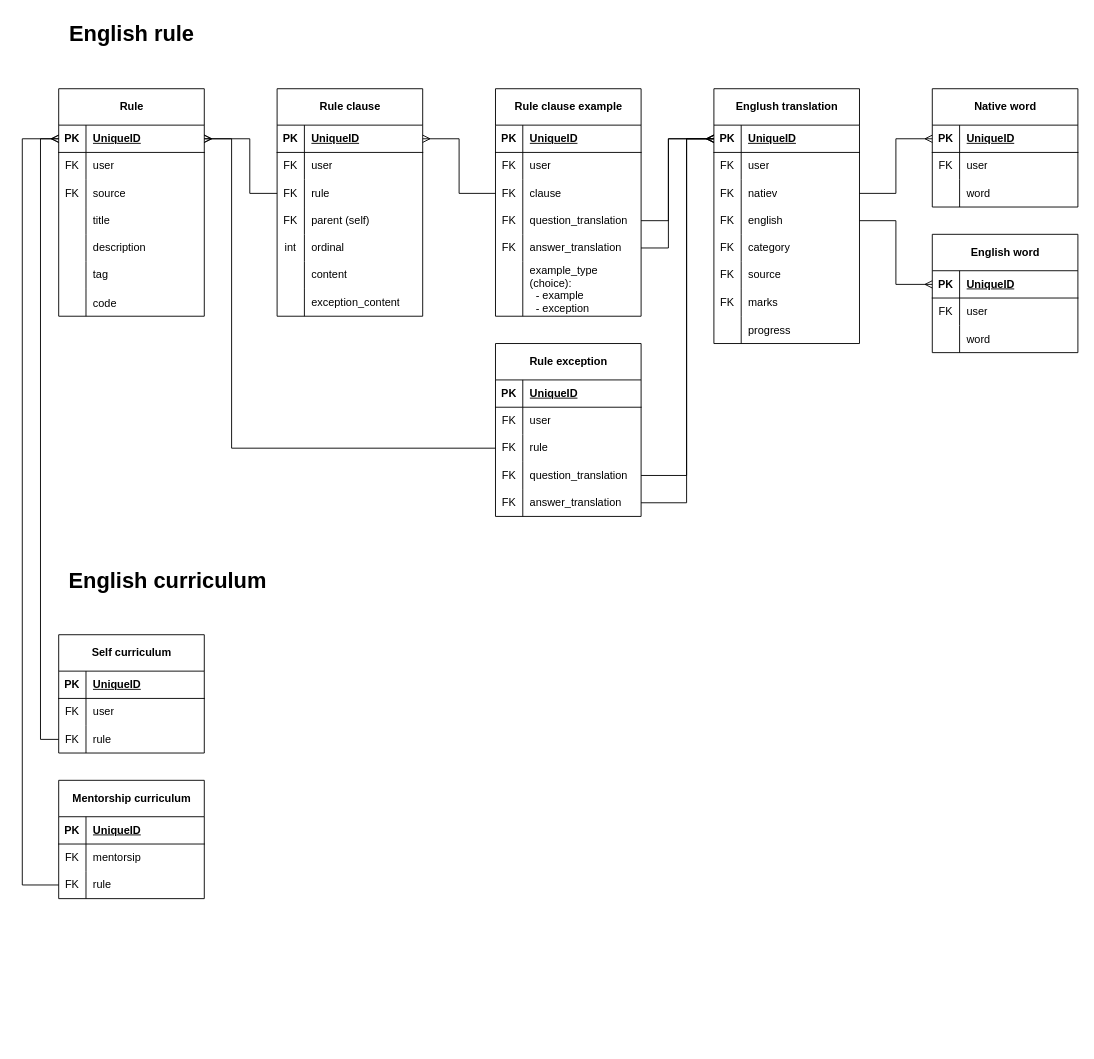
Before: apps/lang/models/curriculum.drawio in svmikurov/wselfedu, a draw.io diagram. Source tidied: cells renumbered, new cells numbered last; positions are measured from the earlier drawing's top-left corner, leaving out a move shared by most shapes. Both pictures are drawn from the tidied source at 91%, with x=0, y=0 at pixel (22, 15).
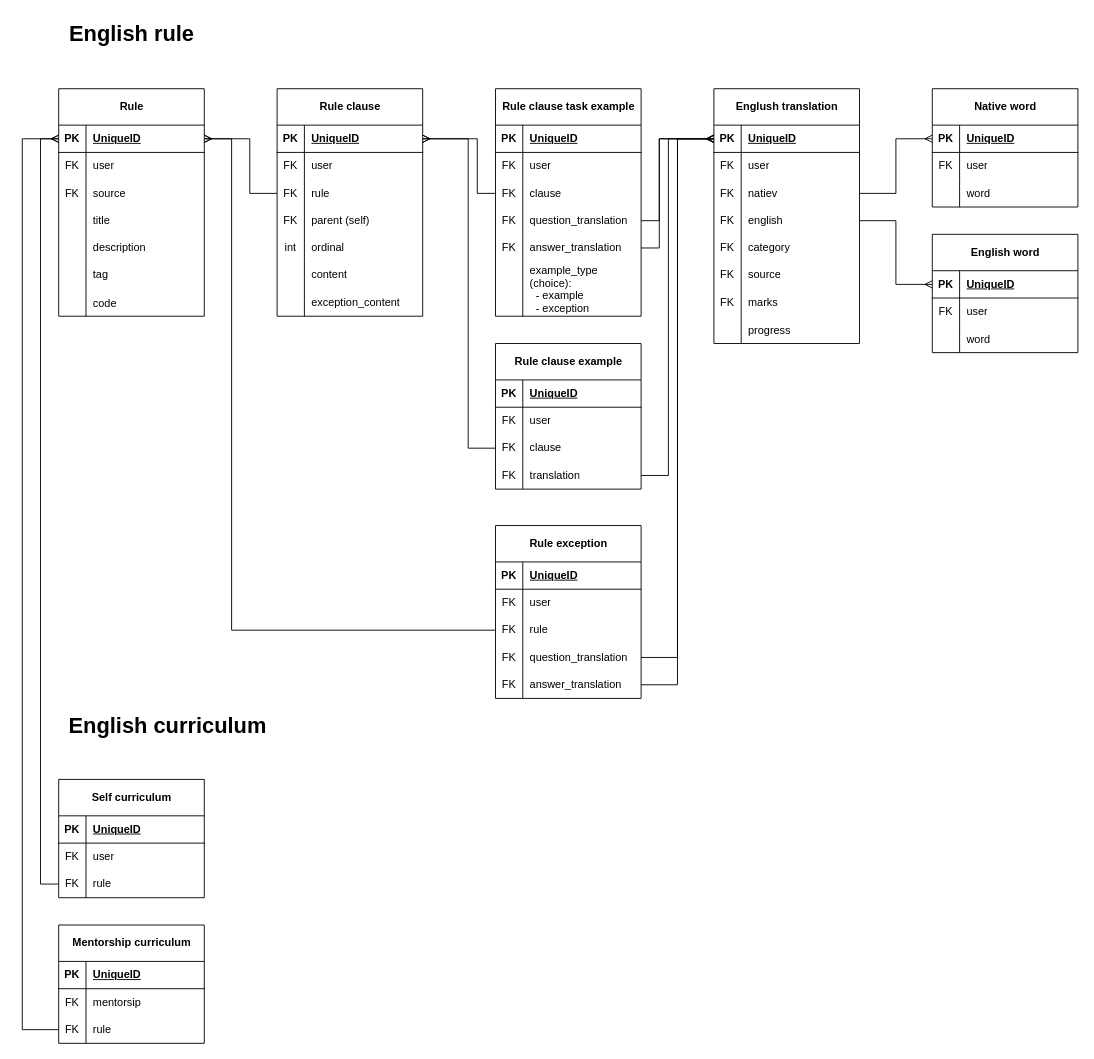
The same page after the edit.

Commit message:
chore(lang/models): Update model graphs

The change refers to these unchanged cells:
```xml
<mxCell id="24" style="shape=tableRow;horizontal=0;startSize=0;swimlaneHead=0;swimlaneBody=0;fillColor=none;points=[[0,0.5],[1,0.5]];portConstraint=eastwest;top=0;left=0;right=0;bottom=1;" parent="23" vertex="1">
  <mxGeometry y="40" width="160" height="30" as="geometry" />
</mxCell>
<mxCell id="55" style="shape=tableRow;horizontal=0;startSize=0;swimlaneHead=0;swimlaneBody=0;fillColor=none;points=[[0,0.5],[1,0.5]];portConstraint=eastwest;top=0;left=0;right=0;bottom=0;" parent="48" vertex="1">
  <mxGeometry y="100" width="160" height="30" as="geometry" />
</mxCell>
<mxCell id="58" style="shape=tableRow;horizontal=0;startSize=0;swimlaneHead=0;swimlaneBody=0;fillColor=none;points=[[0,0.5],[1,0.5]];portConstraint=eastwest;top=0;left=0;right=0;bottom=0;" parent="48" vertex="1">
  <mxGeometry y="130" width="160" height="30" as="geometry" />
</mxCell>
<mxCell id="61" style="shape=tableRow;horizontal=0;startSize=0;swimlaneHead=0;swimlaneBody=0;fillColor=none;points=[[0,0.5],[1,0.5]];portConstraint=eastwest;top=0;left=0;right=0;bottom=0;" parent="48" vertex="1">
  <mxGeometry y="160" width="160" height="30" as="geometry" />
</mxCell>
<mxCell id="77" style="shape=tableRow;horizontal=0;startSize=0;swimlaneHead=0;swimlaneBody=0;fillColor=none;points=[[0,0.5],[1,0.5]];portConstraint=eastwest;top=0;left=0;right=0;bottom=0;" parent="67" vertex="1">
  <mxGeometry y="130" width="160" height="30" as="geometry" />
</mxCell>
<mxCell id="80" style="shape=tableRow;horizontal=0;startSize=0;swimlaneHead=0;swimlaneBody=0;fillColor=none;points=[[0,0.5],[1,0.5]];portConstraint=eastwest;top=0;left=0;right=0;bottom=0;" parent="67" vertex="1">
  <mxGeometry y="160" width="160" height="30" as="geometry" />
</mxCell>
<mxCell id="84" style="shape=tableRow;horizontal=0;startSize=0;swimlaneHead=0;swimlaneBody=0;fillColor=none;points=[[0,0.5],[1,0.5]];portConstraint=eastwest;top=0;left=0;right=0;bottom=1;" parent="83" vertex="1">
  <mxGeometry y="40" width="160" height="30" as="geometry" />
</mxCell>
```

Diff of the diagram source:
```diff
@@
-    <mxCell id="48" value="Rule clause example" style="shape=table;startSize=40;childLayout=tableLayout;rowLines=0;fontStyle=1;align=center;html=1;" parent="1" vertex="1">
+    <mxCell id="48" value="Rule clause task example" style="shape=table;startSize=40;childLayout=tableLayout;rowLines=0;fontStyle=1;align=center;html=1;" parent="1" vertex="1">
       <mxGeometry x="520" y="80" width="160" height="250" as="geometry" />
     </mxCell>
@@
     <mxCell id="67" value="Rule exception" style="shape=table;startSize=40;childLayout=tableLayout;rowLines=0;fontStyle=1;align=center;html=1;" parent="1" vertex="1">
-      <mxGeometry x="520" y="360" width="160" height="190" as="geometry" />
+      <mxGeometry x="520" y="560" width="160" height="190" as="geometry" />
     </mxCell>
@@
     <mxCell id="129" style="edgeStyle=elbowEdgeStyle;fontSize=12;html=1;endArrow=ERmany;rounded=0;" parent="1" edge="1" source="58" target="24">
       <mxGeometry relative="1" as="geometry">
         <Array as="points">
-          <mxPoint x="710" y="190" />
+          <mxPoint x="700" y="180" />
         </Array>
       </mxGeometry>
     </mxCell>
     <mxCell id="130" style="edgeStyle=elbowEdgeStyle;fontSize=12;html=1;endArrow=ERmany;rounded=0;" parent="1" edge="1" source="61" target="24">
       <mxGeometry relative="1" as="geometry">
         <Array as="points">
-          <mxPoint x="710" y="190" />
+          <mxPoint x="700" y="190" />
         </Array>
       </mxGeometry>
     </mxCell>
     <mxCell id="131" style="edgeStyle=elbowEdgeStyle;fontSize=12;html=1;endArrow=ERmany;rounded=0;" parent="1" edge="1" source="77" target="24">
       <mxGeometry relative="1" as="geometry">
         <Array as="points">
-          <mxPoint x="730" y="340" />
+          <mxPoint x="720" y="420" />
         </Array>
       </mxGeometry>
     </mxCell>
     <mxCell id="132" style="edgeStyle=elbowEdgeStyle;fontSize=12;html=1;endArrow=ERmany;rounded=0;" parent="1" edge="1" source="80" target="24">
       <mxGeometry relative="1" as="geometry">
         <Array as="points">
-          <mxPoint x="730" y="350" />
+          <mxPoint x="720" y="440" />
         </Array>
       </mxGeometry>
     </mxCell>
@@
     <mxCell id="134" style="edgeStyle=elbowEdgeStyle;fontSize=12;html=1;endArrow=ERmany;rounded=0;" parent="1" edge="1" source="55" target="84">
-      <mxGeometry relative="1" as="geometry" />
+      <mxGeometry relative="1" as="geometry">
+        <Array as="points">
+          <mxPoint x="500" y="170" />
+        </Array>
+      </mxGeometry>
     </mxCell>
     <mxCell id="135" value="&lt;h1 style=&quot;margin-top: 0px;&quot;&gt;English curriculum&lt;/h1&gt;" style="text;html=1;whiteSpace=wrap;overflow=hidden;rounded=0;align=center;" parent="1" vertex="1">
-      <mxGeometry x="40" y="600" width="240" height="40" as="geometry" />
+      <mxGeometry x="40" y="759" width="240" height="40" as="geometry" />
     </mxCell>
     <mxCell id="136" value="Self curriculum" style="shape=table;startSize=40;childLayout=tableLayout;rowLines=0;fontStyle=1;align=center;html=1;" parent="1" vertex="1">
-      <mxGeometry x="40" y="680" width="160" height="130" as="geometry" />
+      <mxGeometry x="40" y="839" width="160" height="130" as="geometry" />
     </mxCell>
@@
     <mxCell id="148" value="Mentorship curriculum" style="shape=table;startSize=40;childLayout=tableLayout;rowLines=0;fontStyle=1;align=center;html=1;" parent="1" vertex="1">
-      <mxGeometry x="40" y="840" width="160" height="130" as="geometry" />
+      <mxGeometry x="40" y="999" width="160" height="130" as="geometry" />
     </mxCell>
@@
+    <mxCell id="159" value="Rule clause example" style="shape=table;startSize=40;childLayout=tableLayout;rowLines=0;fontStyle=1;align=center;html=1;" parent="1" vertex="1">
+      <mxGeometry x="520" y="360" width="160" height="160" as="geometry" />
+    </mxCell>
+    <mxCell id="160" style="shape=tableRow;horizontal=0;startSize=0;swimlaneHead=0;swimlaneBody=0;fillColor=none;top=0;left=0;right=0;bottom=1;" parent="159" vertex="1">
+      <mxGeometry y="40" width="160" height="30" as="geometry" />
+    </mxCell>
+    <mxCell id="161" value="PK" style="shape=partialRectangle;fillColor=none;top=0;left=0;bottom=0;right=0;fontStyle=1;overflow=hidden;whiteSpace=wrap;html=1;" parent="160" vertex="1">
+      <mxGeometry width="30" height="30" as="geometry" />
+    </mxCell>
+    <mxCell id="162" value="UniqueID" style="shape=partialRectangle;fillColor=none;top=0;left=0;bottom=0;right=0;align=left;spacingLeft=6;fontStyle=5;overflow=hidden;whiteSpace=wrap;html=1;" parent="160" vertex="1">
+      <mxGeometry x="30" width="130" height="30" as="geometry" />
+    </mxCell>
+    <mxCell id="163" style="shape=tableRow;horizontal=0;startSize=0;swimlaneHead=0;swimlaneBody=0;fillColor=none;top=0;left=0;right=0;bottom=0;" parent="159" vertex="1">
+      <mxGeometry y="70" width="160" height="30" as="geometry" />
+    </mxCell>
+    <mxCell id="164" value="FK" style="shape=partialRectangle;fillColor=none;top=0;left=0;bottom=0;right=0;fontStyle=0;overflow=hidden;whiteSpace=wrap;html=1;" parent="163" vertex="1">
+      <mxGeometry width="30" height="30" as="geometry" />
+    </mxCell>
+    <mxCell id="165" value="user" style="shape=partialRectangle;fillColor=none;top=0;left=0;bottom=0;right=0;align=left;spacingLeft=6;fontStyle=0;overflow=hidden;whiteSpace=wrap;html=1;" parent="163" vertex="1">
+      <mxGeometry x="30" width="130" height="30" as="geometry" />
+    </mxCell>
+    <mxCell id="166" style="shape=tableRow;horizontal=0;startSize=0;swimlaneHead=0;swimlaneBody=0;fillColor=none;points=[[0,0.5],[1,0.5]];portConstraint=eastwest;top=0;left=0;right=0;bottom=0;" parent="159" vertex="1">
+      <mxGeometry y="100" width="160" height="30" as="geometry" />
+    </mxCell>
+    <mxCell id="167" value="FK" style="shape=partialRectangle;fillColor=none;top=0;left=0;bottom=0;right=0;fontStyle=0;overflow=hidden;whiteSpace=wrap;html=1;" parent="166" vertex="1">
+      <mxGeometry width="30" height="30" as="geometry" />
+    </mxCell>
+    <mxCell id="168" value="clause" style="shape=partialRectangle;fillColor=none;top=0;left=0;bottom=0;right=0;align=left;spacingLeft=6;fontStyle=0;overflow=hidden;whiteSpace=wrap;html=1;" parent="166" vertex="1">
+      <mxGeometry x="30" width="130" height="30" as="geometry" />
+    </mxCell>
+    <mxCell id="169" style="shape=tableRow;horizontal=0;startSize=0;swimlaneHead=0;swimlaneBody=0;fillColor=none;points=[[0,0.5],[1,0.5]];portConstraint=eastwest;top=0;left=0;right=0;bottom=0;" parent="159" vertex="1">
+      <mxGeometry y="130" width="160" height="30" as="geometry" />
+    </mxCell>
+    <mxCell id="170" value="FK" style="shape=partialRectangle;fillColor=none;top=0;left=0;bottom=0;right=0;fontStyle=0;overflow=hidden;whiteSpace=wrap;html=1;" parent="169" vertex="1">
+      <mxGeometry width="30" height="30" as="geometry" />
+    </mxCell>
+    <mxCell id="171" value="translation" style="shape=partialRectangle;fillColor=none;top=0;left=0;bottom=0;right=0;align=left;spacingLeft=6;fontStyle=0;overflow=hidden;whiteSpace=wrap;html=1;" parent="169" vertex="1">
+      <mxGeometry x="30" width="130" height="30" as="geometry" />
+    </mxCell>
+    <mxCell id="172" style="edgeStyle=elbowEdgeStyle;fontSize=12;html=1;endArrow=ERmany;rounded=0;" parent="1" edge="1" source="169" target="24">
+      <mxGeometry relative="1" as="geometry">
+        <Array as="points">
+          <mxPoint x="710" y="320" />
+        </Array>
+      </mxGeometry>
+    </mxCell>
+    <mxCell id="173" style="edgeStyle=elbowEdgeStyle;fontSize=12;html=1;endArrow=ERmany;rounded=0;" parent="1" edge="1" source="166" target="84">
+      <mxGeometry relative="1" as="geometry">
+        <Array as="points">
+          <mxPoint x="490" y="300" />
+        </Array>
+      </mxGeometry>
+    </mxCell>
```
